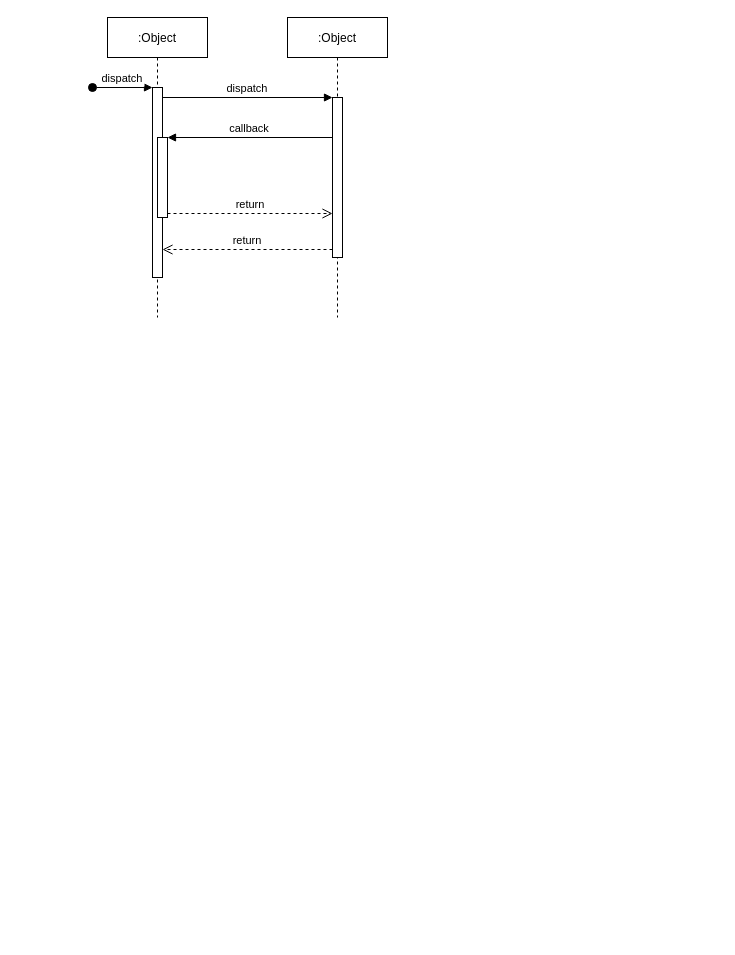
This is Untitled Diagram.drawio from delegatecall/CORE-V2, a draw.io file, before an edit. Source tidied: cells renumbered, new cells numbered last; positions are measured from the earlier drawing's top-left corner, leaving out a move shared by most shapes. Both pictures are drawn from the tidied source at 100%, with x=0, y=0 at pixel (92, 17).
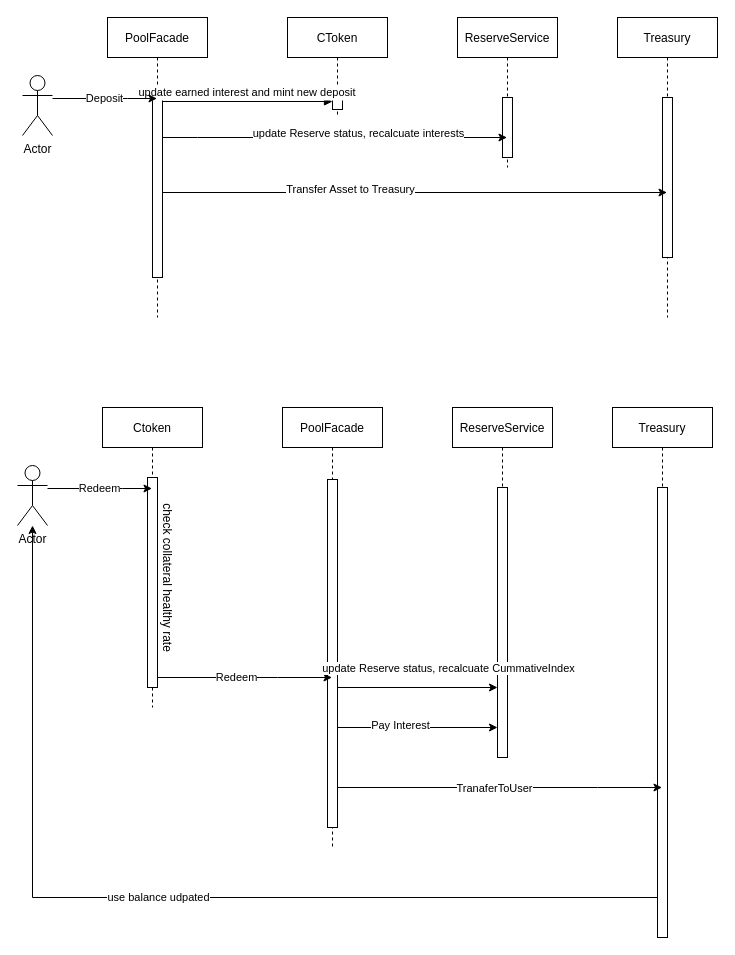
The same page after the edit.

The change refers to these unchanged cells:
```xml
<mxCell id="3" style="points=[];perimeter=orthogonalPerimeter;rounded=0;shadow=0;strokeWidth=1;" parent="2" vertex="1">
  <mxGeometry x="45" y="70" width="10" height="190" as="geometry" />
</mxCell>
```

Diff of the diagram source:
```diff
@@
-    <mxCell id="2" value=":Object" style="shape=umlLifeline;perimeter=lifelinePerimeter;rounded=0;shadow=0;strokeWidth=1;" parent="1" vertex="1">
+    <mxCell id="2" value="PoolFacade" style="shape=umlLifeline;perimeter=lifelinePerimeter;rounded=0;shadow=0;strokeWidth=1;" parent="1" vertex="1">
       <mxGeometry x="15" width="100" height="300" as="geometry" />
     </mxCell>
@@
-    <mxCell id="4" value="dispatch" style="verticalAlign=bottom;startArrow=oval;endArrow=block;startSize=8;shadow=0;strokeWidth=1;" parent="2" edge="1" target="3">
-      <mxGeometry relative="1" as="geometry">
-        <mxPoint x="-15" y="70" as="sourcePoint" />
-      </mxGeometry>
-    </mxCell>
-    <mxCell id="5" style="points=[];perimeter=orthogonalPerimeter;rounded=0;shadow=0;strokeWidth=1;" parent="2" vertex="1">
-      <mxGeometry x="50" y="120" width="10" height="80" as="geometry" />
-    </mxCell>
-    <mxCell id="6" value=":Object" style="shape=umlLifeline;perimeter=lifelinePerimeter;rounded=0;shadow=0;strokeWidth=1;" parent="1" vertex="1">
-      <mxGeometry x="195" width="100" height="300" as="geometry" />
+    <mxCell id="6" value="CToken" style="shape=umlLifeline;perimeter=lifelinePerimeter;rounded=0;shadow=0;strokeWidth=1;" parent="1" vertex="1">
+      <mxGeometry x="195" width="100" height="100" as="geometry" />
     </mxCell>
     <mxCell id="7" style="points=[];perimeter=orthogonalPerimeter;rounded=0;shadow=0;strokeWidth=1;" parent="6" vertex="1">
-      <mxGeometry x="45" y="80" width="10" height="160" as="geometry" />
+      <mxGeometry x="45" y="72" width="10" height="20" as="geometry" />
     </mxCell>
-    <mxCell id="8" value="return" style="verticalAlign=bottom;endArrow=open;dashed=1;endSize=8;exitX=0;exitY=0.95;shadow=0;strokeWidth=1;" parent="1" edge="1" source="7" target="3">
-      <mxGeometry relative="1" as="geometry" />
-    </mxCell>
-    <mxCell id="9" value="dispatch" style="verticalAlign=bottom;endArrow=block;entryX=0;entryY=0;shadow=0;strokeWidth=1;" parent="1" edge="1" source="3" target="7">
-      <mxGeometry relative="1" as="geometry" />
+    <mxCell id="9" value="update earned interest and mint new deposit" style="verticalAlign=bottom;endArrow=block;entryX=0;entryY=0;shadow=0;strokeWidth=1;" parent="1" edge="1">
+      <mxGeometry relative="1" as="geometry">
+        <mxPoint x="70" y="84" as="sourcePoint" />
+        <mxPoint x="240" y="84" as="targetPoint" />
+      </mxGeometry>
     </mxCell>
-    <mxCell id="10" value="callback" style="verticalAlign=bottom;endArrow=block;entryX=1;entryY=0;shadow=0;strokeWidth=1;" parent="1" edge="1" source="7" target="5">
-      <mxGeometry relative="1" as="geometry" />
-    </mxCell>
-    <mxCell id="11" value="return" style="verticalAlign=bottom;endArrow=open;dashed=1;endSize=8;exitX=1;exitY=0.95;shadow=0;strokeWidth=1;" parent="1" edge="1" source="5" target="7">
-      <mxGeometry relative="1" as="geometry" />
-    </mxCell>
+    <mxCell id="12" value="ReserveService" style="shape=umlLifeline;perimeter=lifelinePerimeter;rounded=0;shadow=0;strokeWidth=1;" parent="1" vertex="1">
+      <mxGeometry x="365" width="100" height="150" as="geometry" />
+    </mxCell>
+    <mxCell id="13" style="perimeter=orthogonalPerimeter;rounded=0;shadow=0;strokeWidth=1;" parent="12" vertex="1">
+      <mxGeometry x="45" y="80" width="10" height="60" as="geometry" />
+    </mxCell>
+    <mxCell id="14" value="Treasury" style="shape=umlLifeline;perimeter=lifelinePerimeter;rounded=0;shadow=0;strokeWidth=1;" parent="1" vertex="1">
+      <mxGeometry x="525" width="100" height="300" as="geometry" />
+    </mxCell>
+    <mxCell id="15" style="perimeter=orthogonalPerimeter;rounded=0;shadow=0;strokeWidth=1;" parent="14" vertex="1">
+      <mxGeometry x="45" y="80" width="10" height="160" as="geometry" />
+    </mxCell>
+    <mxCell id="16" value="Deposit" style="edgeStyle=orthogonalEdgeStyle;rounded=0;orthogonalLoop=1;jettySize=auto;html=1;" parent="1" edge="1">
+      <mxGeometry relative="1" as="geometry">
+        <mxPoint x="-40" y="81" as="sourcePoint" />
+        <mxPoint x="64.5" y="81" as="targetPoint" />
+        <Array as="points">
+          <mxPoint x="35" y="81" />
+          <mxPoint x="35" y="81" />
+        </Array>
+      </mxGeometry>
+    </mxCell>
+    <mxCell id="17" value="Actor" style="shape=umlActor;verticalLabelPosition=bottom;verticalAlign=top;html=1;" parent="1" vertex="1">
+      <mxGeometry x="-70" y="58" width="30" height="60" as="geometry" />
+    </mxCell>
+    <mxCell id="18" style="edgeStyle=none;rounded=0;jettySize=auto;html=1;" parent="1" edge="1" source="3" target="12">
+      <mxGeometry relative="1" as="geometry">
+        <Array as="points">
+          <mxPoint x="105" y="120" />
+        </Array>
+      </mxGeometry>
+    </mxCell>
+    <mxCell id="19" value="update Reserve status, recalcuate interests" style="edgeLabel;html=1;align=center;verticalAlign=middle;" parent="18" vertex="1">
+      <mxGeometry x="0.42" relative="1" as="geometry">
+        <mxPoint x="-50" y="-5" as="offset" />
+      </mxGeometry>
+    </mxCell>
+    <mxCell id="20" style="edgeStyle=none;rounded=0;orthogonalLoop=1;jettySize=auto;html=1;" parent="1" edge="1">
+      <mxGeometry relative="1" as="geometry">
+        <mxPoint x="70" y="175" as="sourcePoint" />
+        <mxPoint x="574.5" y="175" as="targetPoint" />
+      </mxGeometry>
+    </mxCell>
+    <mxCell id="21" value="Transfer Asset to Treasury" style="edgeLabel;html=1;align=center;verticalAlign=middle;" parent="20" vertex="1">
+      <mxGeometry x="-0.26" y="4" relative="1" as="geometry" />
+    </mxCell>
+    <mxCell id="22" value="Ctoken" style="shape=umlLifeline;perimeter=lifelinePerimeter;rounded=0;shadow=0;strokeWidth=1;" parent="1" vertex="1">
+      <mxGeometry x="10" y="390" width="100" height="300" as="geometry" />
+    </mxCell>
+    <mxCell id="23" style="points=[];perimeter=orthogonalPerimeter;rounded=0;shadow=0;strokeWidth=1;" parent="22" vertex="1">
+      <mxGeometry x="45" y="70" width="10" height="210" as="geometry" />
+    </mxCell>
+    <mxCell id="24" value="PoolFacade" style="shape=umlLifeline;perimeter=lifelinePerimeter;rounded=0;shadow=0;strokeWidth=1;" parent="1" vertex="1">
+      <mxGeometry x="190" y="390" width="100" height="440" as="geometry" />
+    </mxCell>
+    <mxCell id="25" style="points=[];perimeter=orthogonalPerimeter;rounded=0;shadow=0;strokeWidth=1;" parent="24" vertex="1">
+      <mxGeometry x="45" y="72" width="10" height="348" as="geometry" />
+    </mxCell>
+    <mxCell id="26" value="ReserveService" style="shape=umlLifeline;perimeter=lifelinePerimeter;rounded=0;shadow=0;strokeWidth=1;" parent="1" vertex="1">
+      <mxGeometry x="360" y="390" width="100" height="350" as="geometry" />
+    </mxCell>
+    <mxCell id="27" style="perimeter=orthogonalPerimeter;rounded=0;shadow=0;strokeWidth=1;" parent="26" vertex="1">
+      <mxGeometry x="45" y="80" width="10" height="270" as="geometry" />
+    </mxCell>
+    <mxCell id="28" value="Treasury" style="shape=umlLifeline;perimeter=lifelinePerimeter;rounded=0;shadow=0;strokeWidth=1;" parent="1" vertex="1">
+      <mxGeometry x="520" y="390" width="100" height="530" as="geometry" />
+    </mxCell>
+    <mxCell id="29" style="points=[];perimeter=orthogonalPerimeter;rounded=0;shadow=0;strokeWidth=1;" parent="28" vertex="1">
+      <mxGeometry x="45" y="80" width="10" height="450" as="geometry" />
+    </mxCell>
+    <mxCell id="30" value="Redeem" style="edgeStyle=orthogonalEdgeStyle;rounded=0;orthogonalLoop=1;jettySize=auto;html=1;" parent="1" edge="1">
+      <mxGeometry relative="1" as="geometry">
+        <mxPoint x="-45" y="471" as="sourcePoint" />
+        <mxPoint x="59.5" y="471" as="targetPoint" />
+        <Array as="points">
+          <mxPoint x="30" y="471" />
+          <mxPoint x="30" y="471" />
+        </Array>
+      </mxGeometry>
+    </mxCell>
+    <mxCell id="31" value="Actor" style="shape=umlActor;verticalLabelPosition=bottom;verticalAlign=top;html=1;outlineConnect=0;" parent="1" vertex="1">
+      <mxGeometry x="-75" y="448" width="30" height="60" as="geometry" />
+    </mxCell>
+    <mxCell id="32" value="check collateral healthy rate" style="text;html=1;align=center;verticalAlign=middle;rotation=90;" parent="1" vertex="1">
+      <mxGeometry x="-5" y="550" width="160" height="20" as="geometry" />
+    </mxCell>
+    <mxCell id="33" style="edgeStyle=none;rounded=0;jettySize=auto;html=1;" parent="1" edge="1" source="23" target="24">
+      <mxGeometry relative="1" as="geometry">
+        <Array as="points">
+          <mxPoint x="185" y="660" />
+        </Array>
+      </mxGeometry>
+    </mxCell>
+    <mxCell id="34" value="Redeem" style="edgeLabel;html=1;align=center;verticalAlign=middle;" parent="33" vertex="1">
+      <mxGeometry x="-0.11" y="1" relative="1" as="geometry" />
+    </mxCell>
+    <mxCell id="35" value="update Reserve status, recalcuate CummativeIndex" style="edgeLabel;html=1;align=center;verticalAlign=middle;" parent="1" vertex="1">
+      <mxGeometry x="355" y="650" as="geometry" />
+    </mxCell>
+    <mxCell id="36" style="edgeStyle=none;rounded=0;orthogonalLoop=1;jettySize=auto;html=1;" parent="1" edge="1">
+      <mxGeometry relative="1" as="geometry">
+        <mxPoint x="245" y="670" as="sourcePoint" />
+        <mxPoint x="405" y="670" as="targetPoint" />
+      </mxGeometry>
+    </mxCell>
+    <mxCell id="37" style="edgeStyle=none;rounded=0;jettySize=auto;html=1;" parent="1" edge="1" source="25" target="28">
+      <mxGeometry relative="1" as="geometry">
+        <Array as="points">
+          <mxPoint x="505" y="770" />
+        </Array>
+      </mxGeometry>
+    </mxCell>
+    <mxCell id="38" value="TranaferToUser" style="edgeLabel;html=1;align=center;verticalAlign=middle;" parent="37" vertex="1">
+      <mxGeometry x="-0.04" relative="1" as="geometry" />
+    </mxCell>
+    <mxCell id="39" value="use balance udpated" style="edgeStyle=none;rounded=0;jettySize=auto;html=1;" parent="1" edge="1" source="29" target="31">
+      <mxGeometry relative="1" as="geometry">
+        <Array as="points">
+          <mxPoint x="-60" y="880" />
+        </Array>
+      </mxGeometry>
+    </mxCell>
+    <mxCell id="40" style="edgeStyle=none;rounded=0;orthogonalLoop=1;jettySize=auto;html=1;" parent="1" edge="1">
+      <mxGeometry relative="1" as="geometry">
+        <mxPoint x="245" y="710" as="sourcePoint" />
+        <mxPoint x="405" y="710" as="targetPoint" />
+      </mxGeometry>
+    </mxCell>
+    <mxCell id="41" value="Pay Interest" style="edgeLabel;html=1;align=center;verticalAlign=middle;" parent="40" vertex="1">
+      <mxGeometry x="-0.23" y="3" relative="1" as="geometry" />
+    </mxCell>
```
